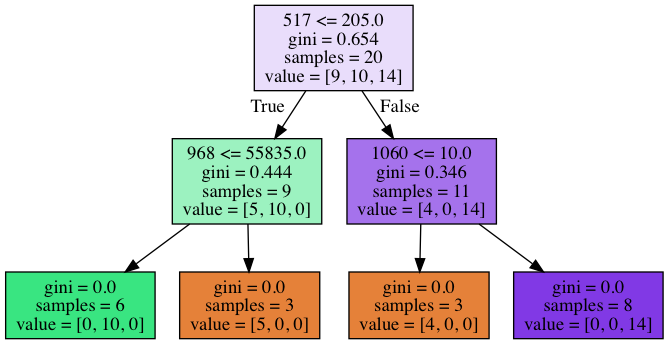
The Graphviz diagram analysis/ec2/1_outputs/rf_trees/tree_6.png in swkang73/ecig, before a commit. Its source is kept beside it as analysis/ec2/1_outputs/rf_trees/tree_6.dot.
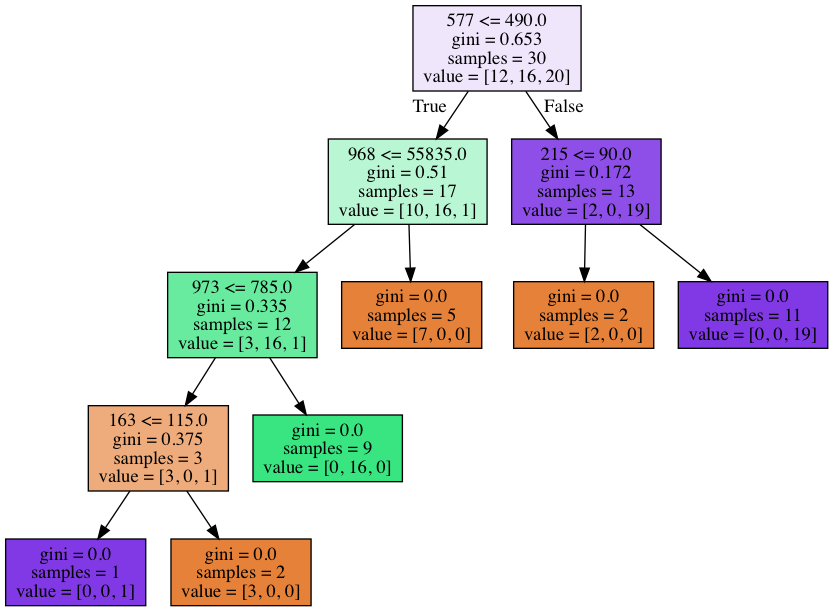
The same diagram one commit later.

Change to the diagram source:
```diff
@@ -1,16 +1,24 @@
 digraph Tree {
 node [shape=box, style="filled", color="black"] ;
-0 [label="517 <= 205.0\ngini = 0.654\nsamples = 20\nvalue = [9, 10, 14]", fillcolor="#8139e52c"] ;
-1 [label="968 <= 55835.0\ngini = 0.444\nsamples = 9\nvalue = [5, 10, 0]", fillcolor="#39e5817f"] ;
+0 [label="577 <= 490.0\ngini = 0.653\nsamples = 30\nvalue = [12, 16, 20]", fillcolor="#8139e520"] ;
+1 [label="968 <= 55835.0\ngini = 0.51\nsamples = 17\nvalue = [10, 16, 1]", fillcolor="#39e5815a"] ;
 0 -> 1 [labeldistance=2.5, labelangle=45, headlabel="True"] ;
-2 [label="gini = 0.0\nsamples = 6\nvalue = [0, 10, 0]", fillcolor="#39e581ff"] ;
+2 [label="973 <= 785.0\ngini = 0.335\nsamples = 12\nvalue = [3, 16, 1]", fillcolor="#39e581c3"] ;
 1 -> 2 ;
-3 [label="gini = 0.0\nsamples = 3\nvalue = [5, 0, 0]", fillcolor="#e58139ff"] ;
-1 -> 3 ;
-4 [label="1060 <= 10.0\ngini = 0.346\nsamples = 11\nvalue = [4, 0, 14]", fillcolor="#8139e5b6"] ;
-0 -> 4 [labeldistance=2.5, labelangle=-45, headlabel="False"] ;
-5 [label="gini = 0.0\nsamples = 3\nvalue = [4, 0, 0]", fillcolor="#e58139ff"] ;
-4 -> 5 ;
-6 [label="gini = 0.0\nsamples = 8\nvalue = [0, 0, 14]", fillcolor="#8139e5ff"] ;
-4 -> 6 ;
+3 [label="163 <= 115.0\ngini = 0.375\nsamples = 3\nvalue = [3, 0, 1]", fillcolor="#e58139aa"] ;
+2 -> 3 ;
+4 [label="gini = 0.0\nsamples = 1\nvalue = [0, 0, 1]", fillcolor="#8139e5ff"] ;
+3 -> 4 ;
+5 [label="gini = 0.0\nsamples = 2\nvalue = [3, 0, 0]", fillcolor="#e58139ff"] ;
+3 -> 5 ;
+6 [label="gini = 0.0\nsamples = 9\nvalue = [0, 16, 0]", fillcolor="#39e581ff"] ;
+2 -> 6 ;
+7 [label="gini = 0.0\nsamples = 5\nvalue = [7, 0, 0]", fillcolor="#e58139ff"] ;
+1 -> 7 ;
+8 [label="215 <= 90.0\ngini = 0.172\nsamples = 13\nvalue = [2, 0, 19]", fillcolor="#8139e5e4"] ;
+0 -> 8 [labeldistance=2.5, labelangle=-45, headlabel="False"] ;
+9 [label="gini = 0.0\nsamples = 2\nvalue = [2, 0, 0]", fillcolor="#e58139ff"] ;
+8 -> 9 ;
+10 [label="gini = 0.0\nsamples = 11\nvalue = [0, 0, 19]", fillcolor="#8139e5ff"] ;
+8 -> 10 ;
 }
```
